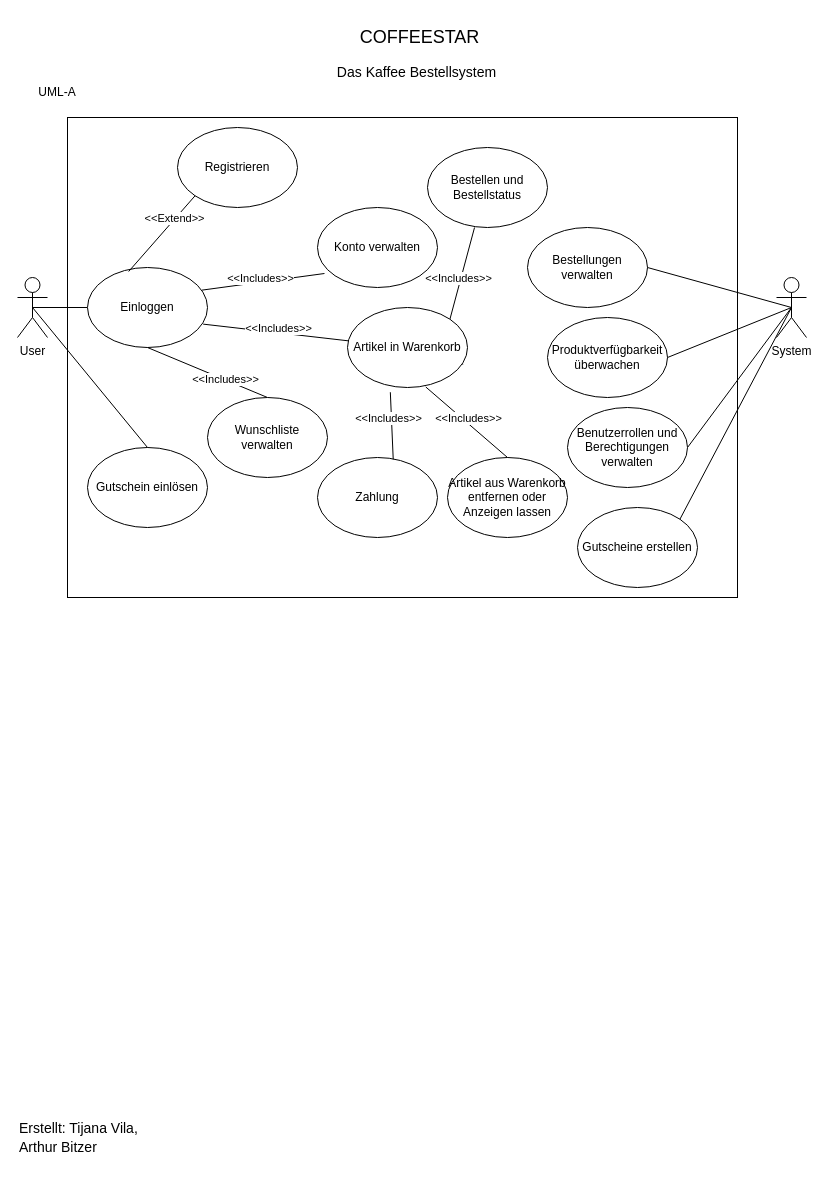
The draw.io diagram CoffeeStar-Planung/CoffeeStar-UML-A.drawio in TVil23/CoffeeStar, before the edit. Source tidied: cells renumbered, new cells numbered last; positions are measured from the earlier drawing's top-left corner, leaving out a move shared by most shapes. Both pictures are drawn from the tidied source at 100%, with x=0, y=0 at pixel (17, 17).
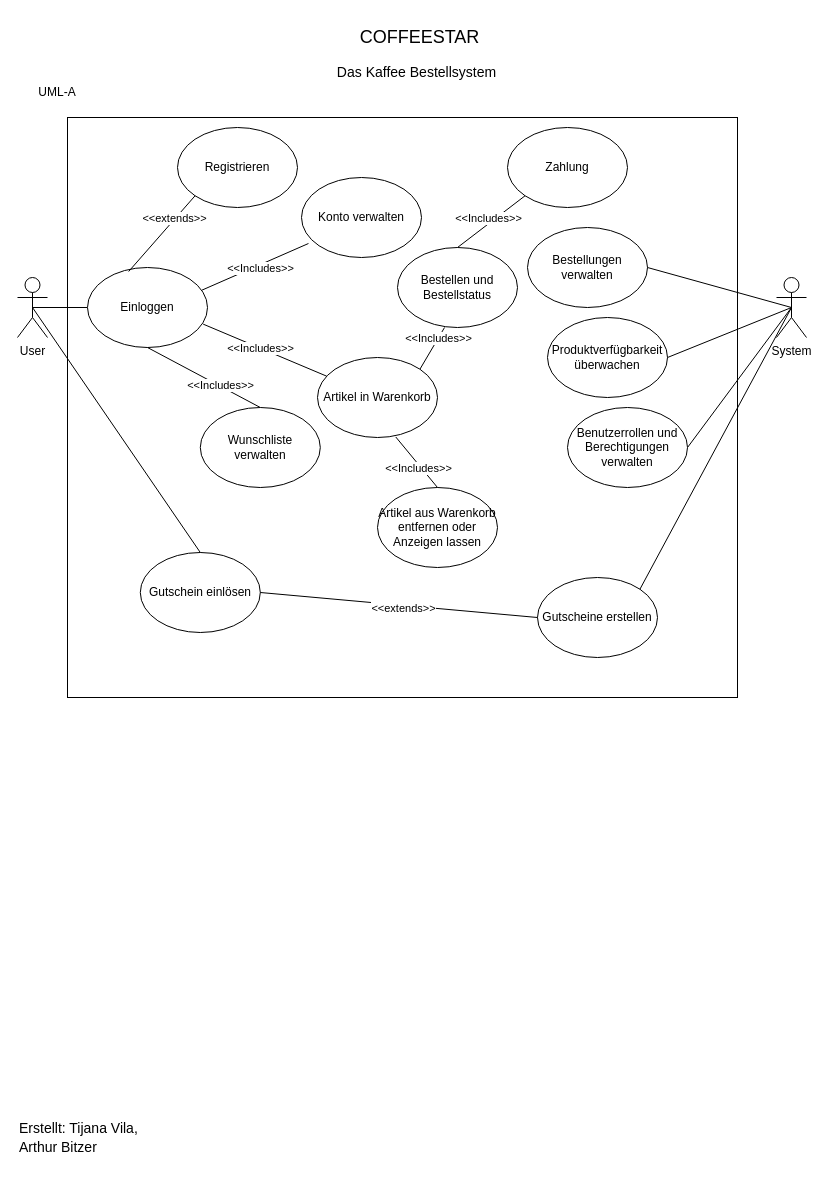
The same diagram, later.

Unchanged cells that the change refers to:
```xml
<mxCell id="29" style="rounded=0;jettySize=auto;html=1;exitX=0;exitY=1;exitDx=0;exitDy=0;entryX=0.343;entryY=0.05;entryDx=0;entryDy=0;endArrow=none;endFill=0;startArrow=none;entryPerimeter=0;" parent="1" edge="1" source="6" target="7">
  <mxGeometry relative="1" as="geometry" />
</mxCell>
```

Diff of the diagram source:
```diff
@@
     <mxCell id="12" style="rounded=0;whiteSpace=wrap;html=1;fillColor=none;" parent="1" vertex="1">
-      <mxGeometry x="50" y="100" width="670" height="480" as="geometry" />
+      <mxGeometry x="50" y="100" width="670" height="580" as="geometry" />
     </mxCell>
@@
     <mxCell id="15" value="Artikel aus Warenkorb entfernen oder Anzeigen lassen" style="ellipse;whiteSpace=wrap;html=1;" parent="1" vertex="1">
-      <mxGeometry x="430" y="440" width="120" height="80" as="geometry" />
+      <mxGeometry x="360" y="470" width="120" height="80" as="geometry" />
     </mxCell>
     <mxCell id="16" value="Zahlung" style="ellipse;whiteSpace=wrap;html=1;" parent="1" vertex="1">
-      <mxGeometry x="300" y="440" width="120" height="80" as="geometry" />
+      <mxGeometry x="490" y="110" width="120" height="80" as="geometry" />
     </mxCell>
     <mxCell id="17" value="Gutschein einlösen" style="ellipse;whiteSpace=wrap;html=1;" parent="1" vertex="1">
-      <mxGeometry x="70" y="430" width="120" height="80" as="geometry" />
+      <mxGeometry x="122.8" y="535" width="120" height="80" as="geometry" />
     </mxCell>
     <mxCell id="18" value="Bestellen und Bestellstatus" style="ellipse;whiteSpace=wrap;html=1;" parent="1" vertex="1">
-      <mxGeometry x="410" y="130" width="120" height="80" as="geometry" />
+      <mxGeometry x="380" y="230" width="120" height="80" as="geometry" />
     </mxCell>
@@
     <mxCell id="22" value="Gutscheine erstellen" style="ellipse;whiteSpace=wrap;html=1;" parent="1" vertex="1">
-      <mxGeometry x="560" y="490" width="120" height="80" as="geometry" />
+      <mxGeometry x="520" y="560" width="120" height="80" as="geometry" />
     </mxCell>
     <mxCell id="23" value="Wunschliste verwalten" style="ellipse;whiteSpace=wrap;html=1;" parent="1" vertex="1">
-      <mxGeometry x="190" y="380" width="120" height="80" as="geometry" />
+      <mxGeometry x="182.8" y="390" width="120" height="80" as="geometry" />
     </mxCell>
@@
     <mxCell id="28" value="Konto verwalten" style="ellipse;whiteSpace=wrap;html=1;" parent="1" vertex="1">
-      <mxGeometry x="300" y="190" width="120" height="80" as="geometry" />
+      <mxGeometry x="284" y="160" width="120" height="80" as="geometry" />
     </mxCell>
@@
-    <mxCell id="30" value="&amp;lt;&amp;lt;Extend&amp;gt;&amp;gt;" style="edgeLabel;html=1;align=center;verticalAlign=middle;" parent="29" vertex="1">
+    <mxCell id="30" value="&amp;lt;&amp;lt;extends&amp;gt;&amp;gt;" style="edgeLabel;html=1;align=center;verticalAlign=middle;" parent="29" vertex="1">
       <mxGeometry x="-0.38" y="-1" relative="1" as="geometry" />
     </mxCell>
@@
-    <mxCell id="32" style="rounded=0;jettySize=auto;html=1;exitX=0.964;exitY=0.708;exitDx=0;exitDy=0;endArrow=none;endFill=0;exitPerimeter=0;startArrow=none;" parent="1" edge="1" source="36">
-      <mxGeometry relative="1" as="geometry">
-        <mxPoint x="361.9" y="329.9" as="targetPoint" />
-      </mxGeometry>
-    </mxCell>
-    <mxCell id="33" style="rounded=0;jettySize=auto;html=1;exitX=0.357;exitY=1.059;exitDx=0;exitDy=0;endArrow=none;endFill=0;entryX=0.631;entryY=0.023;entryDx=0;entryDy=0;exitPerimeter=0;entryPerimeter=0;" parent="1" edge="1" source="36" target="16">
+    <mxCell id="33" style="rounded=0;jettySize=auto;html=1;exitX=0.5;exitY=0;exitDx=0;exitDy=0;endArrow=none;endFill=0;entryX=0;entryY=1;entryDx=0;entryDy=0;" parent="1" edge="1" source="18" target="16">
       <mxGeometry relative="1" as="geometry" />
     </mxCell>
@@
     <mxCell id="36" value="Artikel in Warenkorb" style="ellipse;whiteSpace=wrap;html=1;" parent="1" vertex="1">
-      <mxGeometry x="330" y="290" width="120" height="80" as="geometry" />
+      <mxGeometry x="300" y="340" width="120" height="80" as="geometry" />
     </mxCell>
@@
     <mxCell id="38" value="&amp;lt;&amp;lt;Includes&amp;gt;&amp;gt;" style="edgeLabel;html=1;align=center;verticalAlign=middle;" parent="1" vertex="1">
-      <mxGeometry x="260" y="310" as="geometry" />
+      <mxGeometry x="242.8" y="330" as="geometry" />
     </mxCell>
     <mxCell id="39" value="&amp;lt;&amp;lt;Includes&amp;gt;&amp;gt;" style="edgeLabel;html=1;align=center;verticalAlign=middle;" parent="1" vertex="1">
-      <mxGeometry x="242.8" y="260" as="geometry" />
+      <mxGeometry x="242.8" y="250" as="geometry" />
     </mxCell>
     <mxCell id="40" value="&amp;lt;&amp;lt;Includes&amp;gt;&amp;gt;" style="edgeLabel;html=1;align=center;verticalAlign=middle;" parent="1" vertex="1">
-      <mxGeometry x="440" y="260" as="geometry" />
+      <mxGeometry x="420" y="320" as="geometry" />
     </mxCell>
     <mxCell id="41" value="&amp;lt;&amp;lt;Includes&amp;gt;&amp;gt;" style="edgeLabel;html=1;align=center;verticalAlign=middle;" parent="1" vertex="1">
-      <mxGeometry x="450" y="400" as="geometry" />
+      <mxGeometry x="400" y="450" as="geometry" />
     </mxCell>
     <mxCell id="42" value="&amp;lt;&amp;lt;Includes&amp;gt;&amp;gt;" style="edgeLabel;html=1;align=center;verticalAlign=middle;" parent="1" vertex="1">
-      <mxGeometry x="370" y="400" as="geometry" />
+      <mxGeometry x="470" y="200" as="geometry" />
     </mxCell>
+    <mxCell id="43" style="rounded=0;jettySize=auto;html=1;endArrow=none;endFill=0;exitX=0;exitY=0.5;exitDx=0;exitDy=0;entryX=1;entryY=0.5;entryDx=0;entryDy=0;" parent="1" edge="1" source="22" target="17">
+      <mxGeometry relative="1" as="geometry" />
+    </mxCell>
+    <mxCell id="44" value="&amp;lt;&amp;lt;extends&amp;gt;&amp;gt;" style="edgeLabel;html=1;align=center;verticalAlign=middle;" parent="1" vertex="1">
+      <mxGeometry x="385" y="590" as="geometry" />
+    </mxCell>
```
